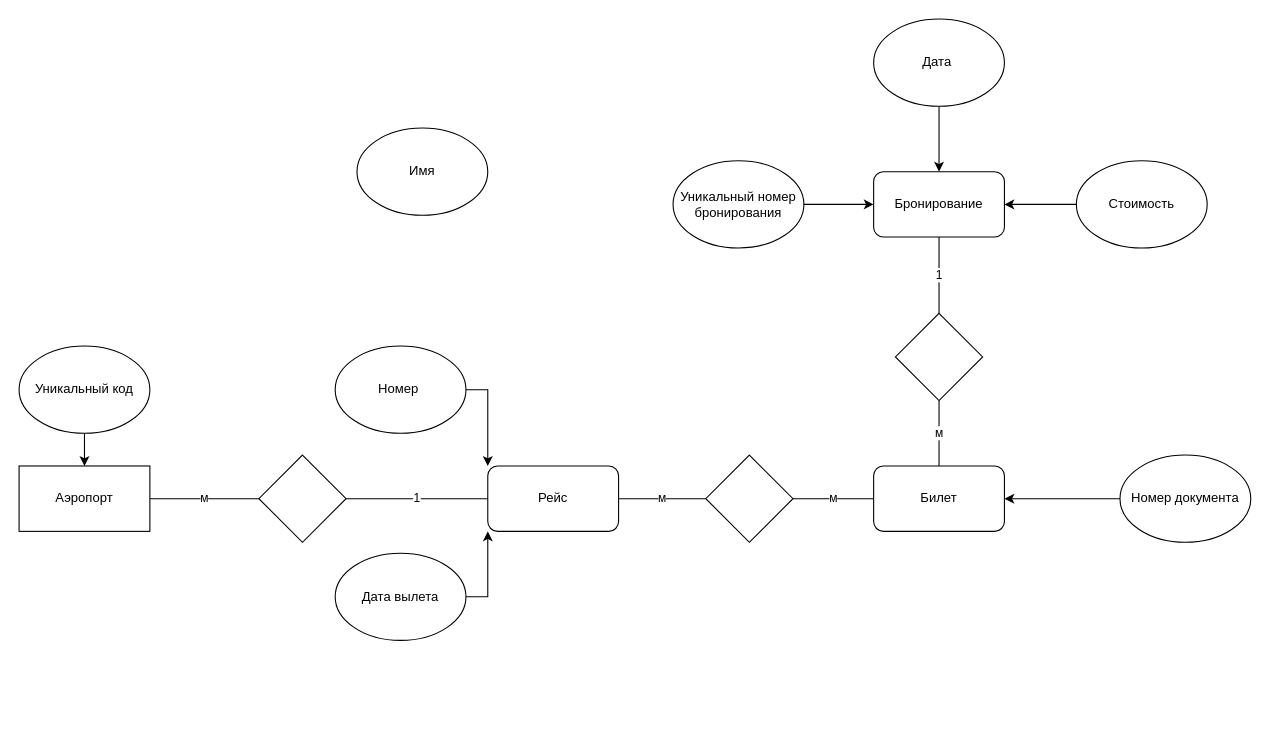
The draw.io diagram Диаграмма без названия.drawio in frorepelitta/1-cour, before the edit. Source tidied: cells renumbered, new cells numbered last; positions are measured from the earlier drawing's top-left corner, leaving out a move shared by most shapes. Both pictures are drawn from the tidied source at 109%, with x=0, y=0 at pixel (19, 19).
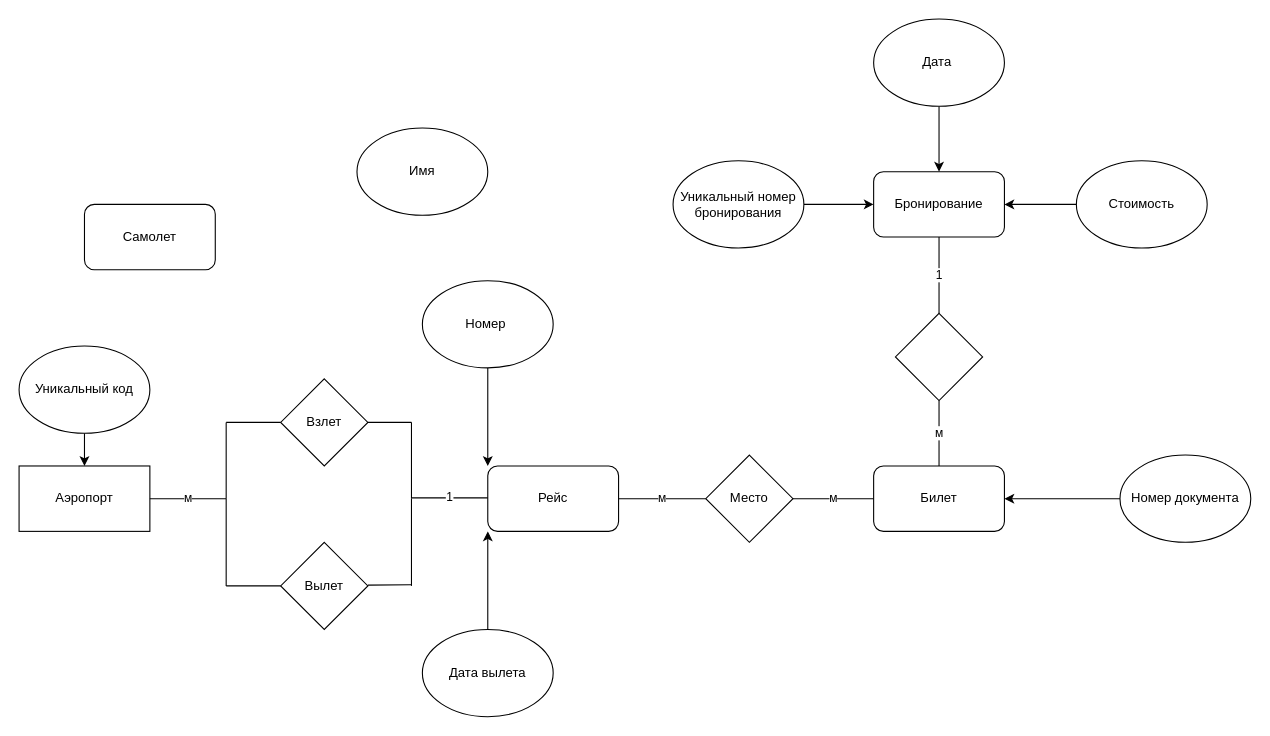
The same page after the edit.

Unchanged cells that the change refers to:
```xml
<mxCell id="13" value="Рейс" style="rounded=1;whiteSpace=wrap;html=1;" parent="1" vertex="1">
  <mxGeometry x="430" y="410" width="120" height="60" as="geometry" />
</mxCell>
<mxCell id="18" value="Аэропорт" style="rounded=0;whiteSpace=wrap;html=1;" parent="1" vertex="1">
  <mxGeometry y="410" width="120" height="60" as="geometry" />
</mxCell>
```

Diff of the diagram source:
```diff
@@
     <mxCell id="15" value="Номер&amp;nbsp;" style="ellipse;whiteSpace=wrap;html=1;" parent="1" vertex="1">
-      <mxGeometry x="290" y="300" width="120" height="80" as="geometry" />
+      <mxGeometry x="370" y="240" width="120" height="80" as="geometry" />
     </mxCell>
@@
     <mxCell id="17" value="Дата вылета" style="ellipse;whiteSpace=wrap;html=1;" parent="1" vertex="1">
-      <mxGeometry x="290" y="490" width="120" height="80" as="geometry" />
+      <mxGeometry x="370" y="560" width="120" height="80" as="geometry" />
     </mxCell>
@@
-    <mxCell id="24" style="rhombus;whiteSpace=wrap;html=1;" parent="1" vertex="1">
+    <mxCell id="24" value="Место" style="rhombus;whiteSpace=wrap;html=1;" parent="1" vertex="1">
       <mxGeometry x="630" y="400" width="80" height="80" as="geometry" />
     </mxCell>
@@
-    <mxCell id="27" style="rhombus;whiteSpace=wrap;html=1;" parent="1" vertex="1">
-      <mxGeometry x="220" y="400" width="80" height="80" as="geometry" />
+    <mxCell id="27" value="Взлет" style="rhombus;whiteSpace=wrap;html=1;" parent="1" vertex="1">
+      <mxGeometry x="240" y="330" width="80" height="80" as="geometry" />
     </mxCell>
+    <mxCell id="30" value="Вылет" style="rhombus;whiteSpace=wrap;html=1;" parent="1" vertex="1">
+      <mxGeometry x="240" y="480" width="80" height="80" as="geometry" />
+    </mxCell>
-    <mxCell id="28" value="м" style="endArrow=none;html=1;rounded=0;entryX=0;entryY=0.5;entryDx=0;entryDy=0;exitX=1;exitY=0.5;exitDx=0;exitDy=0;" parent="1" edge="1" source="18" target="27">
-      <mxGeometry relative="1" as="geometry" />
+    <mxCell id="28" value="м" style="endArrow=none;html=1;rounded=0;entryX=1;entryY=0.5;entryDx=0;entryDy=0;" parent="1" edge="1" target="18">
+      <mxGeometry relative="1" as="geometry">
+        <mxPoint x="190" y="440" as="sourcePoint" />
+      </mxGeometry>
     </mxCell>
+    <mxCell id="31" style="endArrow=none;html=1;rounded=0;" parent="1" edge="1">
+      <mxGeometry relative="1" as="geometry">
+        <mxPoint x="190" y="440" as="sourcePoint" />
+        <mxPoint x="190" y="370" as="targetPoint" />
+      </mxGeometry>
+    </mxCell>
+    <mxCell id="32" style="endArrow=none;html=1;rounded=0;entryX=0;entryY=0.5;entryDx=0;entryDy=0;" parent="1" edge="1" target="27">
+      <mxGeometry relative="1" as="geometry">
+        <mxPoint x="190" y="370" as="sourcePoint" />
+      </mxGeometry>
+    </mxCell>
+    <mxCell id="33" style="endArrow=none;html=1;rounded=0;" parent="1" edge="1">
+      <mxGeometry relative="1" as="geometry">
+        <mxPoint x="190" y="520" as="sourcePoint" />
+        <mxPoint x="190" y="440" as="targetPoint" />
+      </mxGeometry>
+    </mxCell>
+    <mxCell id="34" style="endArrow=none;html=1;rounded=0;entryX=0;entryY=0.5;entryDx=0;entryDy=0;" parent="1" edge="1" target="30">
+      <mxGeometry relative="1" as="geometry">
+        <mxPoint x="190" y="520" as="sourcePoint" />
+      </mxGeometry>
+    </mxCell>
+    <mxCell id="35" style="endArrow=none;html=1;rounded=0;" parent="1" edge="1">
+      <mxGeometry relative="1" as="geometry">
+        <mxPoint x="360" y="440" as="sourcePoint" />
+        <mxPoint x="360" y="370" as="targetPoint" />
+      </mxGeometry>
+    </mxCell>
+    <mxCell id="36" style="endArrow=none;html=1;rounded=0;" parent="1" edge="1">
+      <mxGeometry relative="1" as="geometry">
+        <mxPoint x="360" y="520" as="sourcePoint" />
+        <mxPoint x="360" y="440" as="targetPoint" />
+      </mxGeometry>
+    </mxCell>
+    <mxCell id="37" style="endArrow=none;html=1;rounded=0;" parent="1" edge="1">
+      <mxGeometry relative="1" as="geometry">
+        <mxPoint x="320" y="519.3" as="sourcePoint" />
+        <mxPoint x="360" y="519" as="targetPoint" />
+      </mxGeometry>
+    </mxCell>
-    <mxCell id="29" value="1" style="endArrow=none;html=1;rounded=0;entryX=0;entryY=0.5;entryDx=0;entryDy=0;exitX=1;exitY=0.5;exitDx=0;exitDy=0;" parent="1" edge="1" source="27" target="13">
-      <mxGeometry relative="1" as="geometry" />
+    <mxCell id="29" value="1" style="endArrow=none;html=1;rounded=0;entryX=1;entryY=0.5;entryDx=0;entryDy=0;" parent="1" edge="1">
+      <mxGeometry relative="1" as="geometry">
+        <mxPoint x="430" y="439.3" as="sourcePoint" />
+        <mxPoint x="360" y="439.3" as="targetPoint" />
+      </mxGeometry>
     </mxCell>
+    <mxCell id="38" style="endArrow=none;html=1;rounded=0;exitX=1;exitY=0.5;exitDx=0;exitDy=0;" parent="1" edge="1" source="27">
+      <mxGeometry relative="1" as="geometry">
+        <mxPoint x="360" y="370" as="targetPoint" />
+      </mxGeometry>
+    </mxCell>
+    <mxCell id="39" value="Самолет" style="rounded=1;whiteSpace=wrap;html=1;" parent="1" vertex="1">
+      <mxGeometry x="60" y="170" width="120" height="60" as="geometry" />
+    </mxCell>
```
